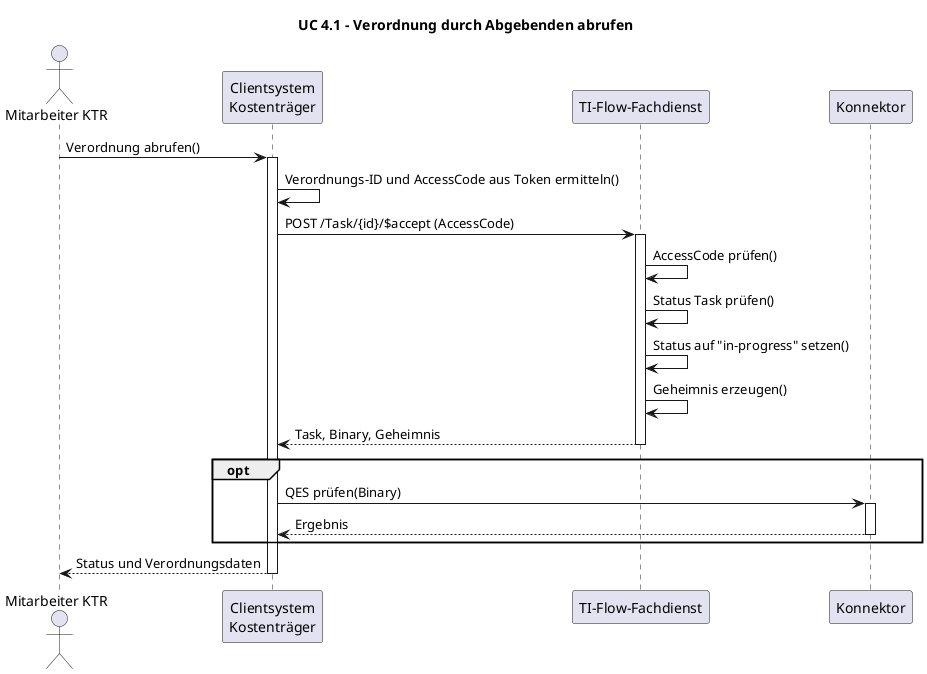
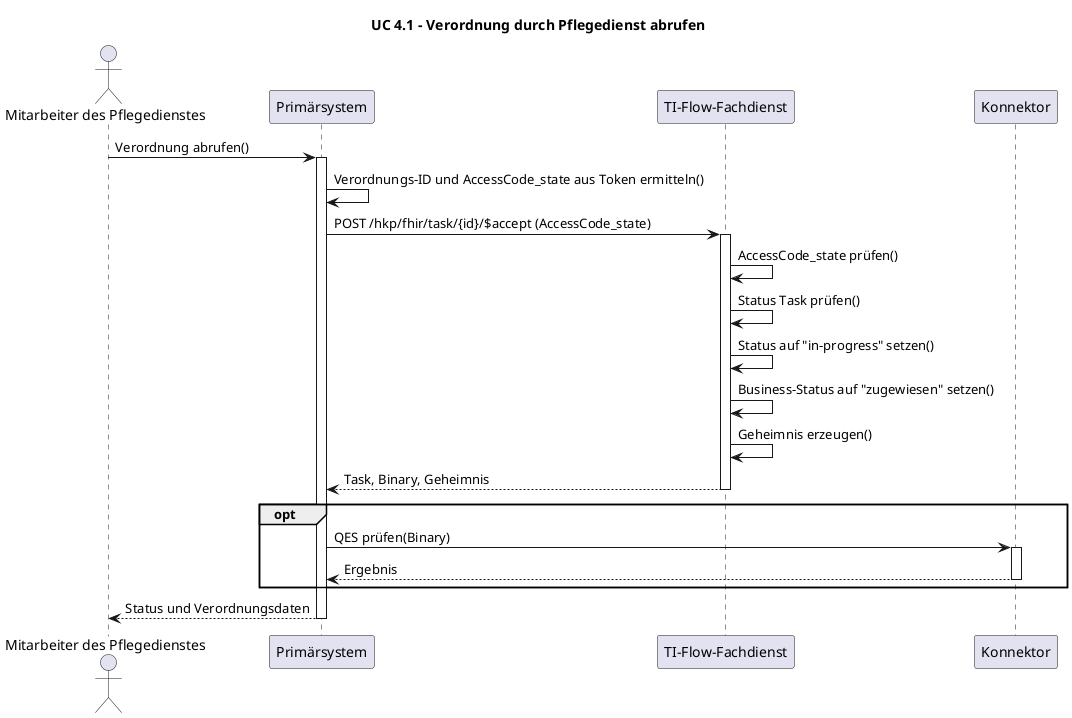
@startuml
- title UC 4.1 - Verordnung durch Abgebenden abrufen
+ title UC 4.1 - Verordnung durch Pflegedienst abrufen

- actor "Mitarbeiter KTR" as MA
- participant "Clientsystem\nKostenträger" as AVS
+ actor "Mitarbeiter des Pflegedienstes" as MA
+ participant "Primärsystem" as AVS
participant "TI-Flow-Fachdienst" as FD
participant "Konnektor" as K

MA -> AVS: Verordnung abrufen()
activate AVS
- AVS -> AVS: Verordnungs-ID und AccessCode aus Token ermitteln()
+ AVS -> AVS: Verordnungs-ID und AccessCode_state aus Token ermitteln()

- AVS -> FD: POST /Task/{id}/$accept (AccessCode)
+ AVS -> FD: POST /hkp/fhir/task/{id}/$accept (AccessCode_state)
activate FD
- FD -> FD: AccessCode prüfen()
+ FD -> FD: AccessCode_state prüfen()
FD -> FD: Status Task prüfen()
FD -> FD: Status auf "in-progress" setzen()
+ FD -> FD: Business-Status auf "zugewiesen" setzen()
FD -> FD: Geheimnis erzeugen()
FD --> AVS: Task, Binary, Geheimnis
deactivate FD

opt
AVS -> K: QES prüfen(Binary)
activate K
K --> AVS: Ergebnis
deactivate K
end

AVS --> MA: Status und Verordnungsdaten
deactivate AVS

- @enduml
+ @enduml